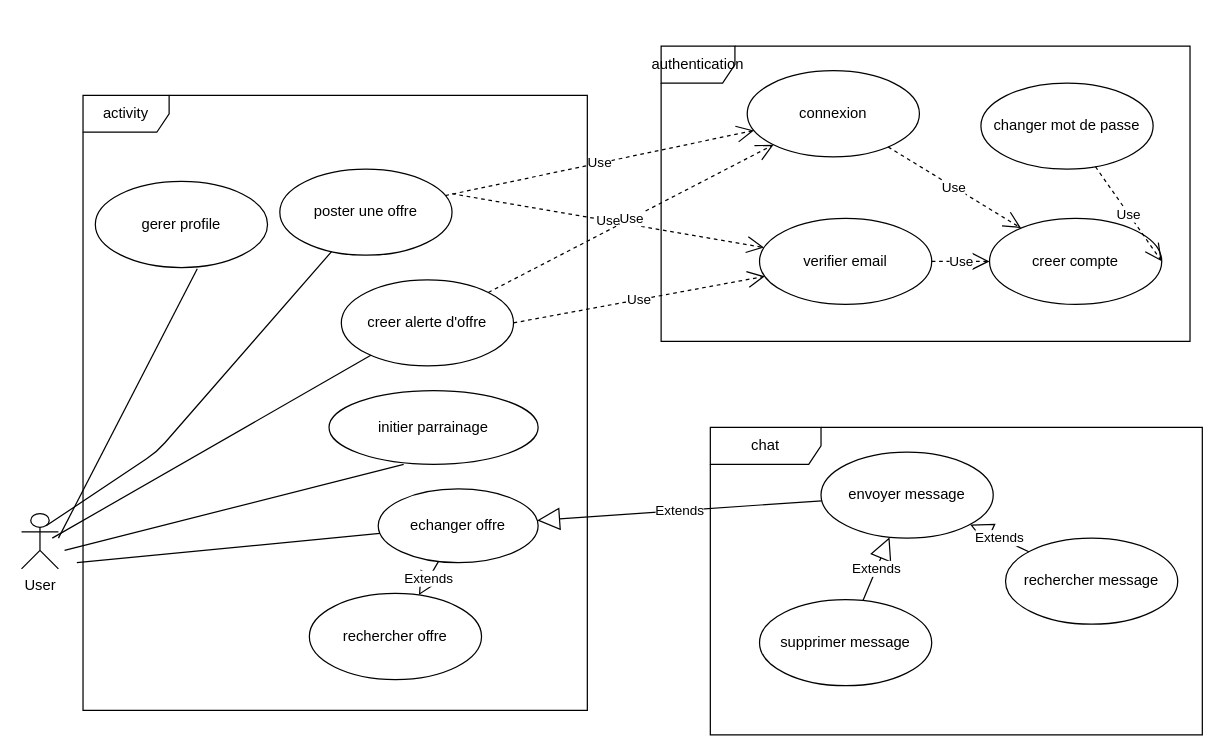
This is page "Page-1" (1 of 2) of diagrams/Untitled Diagram.drawio from divinjordan/project-gl, a draw.io file, before an edit. Source tidied: cells renumbered, new cells numbered last; positions are measured from the earlier drawing's top-left corner, leaving out a move shared by most shapes. Both pictures are drawn from the tidied source at 123%, with x=0, y=0 at pixel (21, 46).
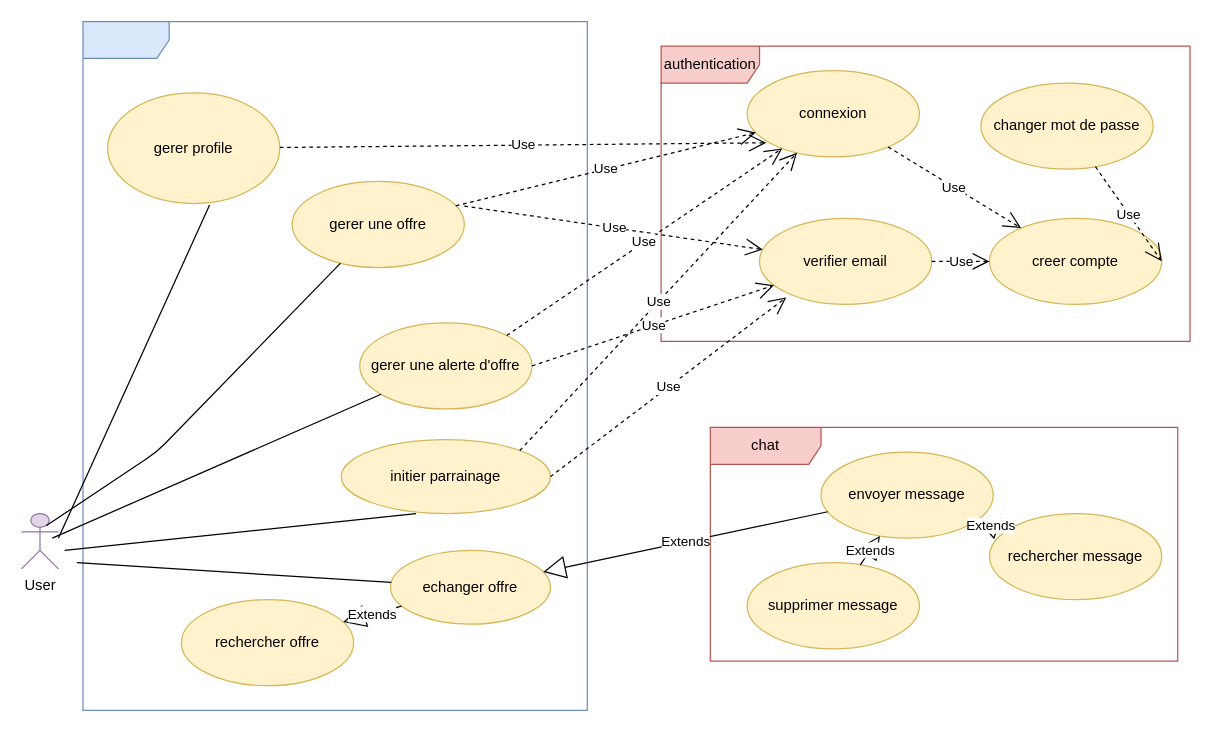
The same diagram, later.

The edit, as a diff of the source:
```diff
@@
-    <mxCell id="2" value="chat" style="shape=umlFrame;whiteSpace=wrap;html=1;width=90;height=30;" parent="1" vertex="1">
-      <mxGeometry x="560" y="310" width="400" height="250" as="geometry" />
+    <mxCell id="2" value="chat" style="shape=umlFrame;whiteSpace=wrap;html=1;width=90;height=30;fillColor=#f8cecc;strokeColor=#b85450;" parent="1" vertex="1">
+      <mxGeometry x="560" y="310" width="380" height="190" as="geometry" />
     </mxCell>
-    <mxCell id="3" value="authentication" style="shape=umlFrame;whiteSpace=wrap;html=1;" parent="1" vertex="1">
+    <mxCell id="3" value="authentication" style="shape=umlFrame;whiteSpace=wrap;html=1;width=80;height=30;fillColor=#f8cecc;strokeColor=#b85450;" parent="1" vertex="1">
       <mxGeometry x="520" width="430" height="240" as="geometry" />
     </mxCell>
-    <mxCell id="4" value="activity" style="shape=umlFrame;whiteSpace=wrap;html=1;width=70;height=30;" parent="1" vertex="1">
-      <mxGeometry x="50" y="40" width="410" height="500" as="geometry" />
+    <mxCell id="4" style="shape=umlFrame;whiteSpace=wrap;html=1;width=70;height=30;fillColor=#dae8fc;strokeColor=#6c8ebf;" parent="1" vertex="1">
+      <mxGeometry x="50" y="-20" width="410" height="560" as="geometry" />
     </mxCell>
-    <mxCell id="5" value="User" style="shape=umlActor;verticalLabelPosition=bottom;verticalAlign=top;html=1;" parent="1" vertex="1">
+    <mxCell id="5" value="User" style="shape=umlActor;verticalLabelPosition=bottom;verticalAlign=top;html=1;fillColor=#e1d5e7;strokeColor=#9673a6;" parent="1" vertex="1">
       <mxGeometry y="380" width="30" height="45" as="geometry" />
     </mxCell>
-    <mxCell id="6" value="poster une offre" style="ellipse;whiteSpace=wrap;html=1;" parent="1" vertex="1">
-      <mxGeometry x="210" y="100" width="140" height="70" as="geometry" />
+    <mxCell id="6" value="gerer une offre" style="ellipse;whiteSpace=wrap;html=1;fillColor=#fff2cc;strokeColor=#d6b656;" parent="1" vertex="1">
+      <mxGeometry x="220" y="110" width="140" height="70" as="geometry" />
     </mxCell>
-    <mxCell id="7" value="echanger offre" style="ellipse;whiteSpace=wrap;html=1;" parent="1" vertex="1">
-      <mxGeometry x="290" y="360" width="130" height="60" as="geometry" />
+    <mxCell id="7" value="echanger offre" style="ellipse;whiteSpace=wrap;html=1;fillColor=#fff2cc;strokeColor=#d6b656;" parent="1" vertex="1">
+      <mxGeometry x="300" y="410" width="130" height="60" as="geometry" />
     </mxCell>
-    <mxCell id="8" value="rechercher offre" style="ellipse;whiteSpace=wrap;html=1;" parent="1" vertex="1">
-      <mxGeometry x="234" y="445" width="140" height="70" as="geometry" />
+    <mxCell id="8" value="rechercher offre" style="ellipse;whiteSpace=wrap;html=1;fillColor=#fff2cc;strokeColor=#d6b656;" parent="1" vertex="1">
+      <mxGeometry x="130" y="450" width="140" height="70" as="geometry" />
     </mxCell>
@@
-    <mxCell id="10" value="envoyer message" style="ellipse;whiteSpace=wrap;html=1;" parent="1" vertex="1">
+    <mxCell id="10" value="envoyer message" style="ellipse;whiteSpace=wrap;html=1;fillColor=#fff2cc;strokeColor=#d6b656;" parent="1" vertex="1">
       <mxGeometry x="650" y="330" width="140" height="70" as="geometry" />
     </mxCell>
-    <mxCell id="11" value="supprimer message" style="ellipse;whiteSpace=wrap;html=1;" parent="1" vertex="1">
-      <mxGeometry x="600" y="450" width="140" height="70" as="geometry" />
+    <mxCell id="11" value="supprimer message" style="ellipse;whiteSpace=wrap;html=1;fillColor=#fff2cc;strokeColor=#d6b656;" parent="1" vertex="1">
+      <mxGeometry x="590" y="420" width="140" height="70" as="geometry" />
     </mxCell>
-    <mxCell id="12" value="rechercher message" style="ellipse;whiteSpace=wrap;html=1;" parent="1" vertex="1">
-      <mxGeometry x="800" y="400" width="140" height="70" as="geometry" />
+    <mxCell id="12" value="rechercher message" style="ellipse;whiteSpace=wrap;html=1;fillColor=#fff2cc;strokeColor=#d6b656;" parent="1" vertex="1">
+      <mxGeometry x="787" y="380" width="140" height="70" as="geometry" />
     </mxCell>
@@
-    <mxCell id="16" value="creer compte" style="ellipse;whiteSpace=wrap;html=1;" parent="1" vertex="1">
+    <mxCell id="16" value="creer compte" style="ellipse;whiteSpace=wrap;html=1;fillColor=#fff2cc;strokeColor=#d6b656;" parent="1" vertex="1">
       <mxGeometry x="787" y="140" width="140" height="70" as="geometry" />
     </mxCell>
-    <mxCell id="17" value="connexion" style="ellipse;whiteSpace=wrap;html=1;" parent="1" vertex="1">
+    <mxCell id="17" value="connexion" style="ellipse;whiteSpace=wrap;html=1;fillColor=#fff2cc;strokeColor=#d6b656;" parent="1" vertex="1">
       <mxGeometry x="590" y="20" width="140" height="70" as="geometry" />
     </mxCell>
-    <mxCell id="18" value="verifier email" style="ellipse;whiteSpace=wrap;html=1;" parent="1" vertex="1">
+    <mxCell id="18" value="verifier email" style="ellipse;whiteSpace=wrap;html=1;fillColor=#fff2cc;strokeColor=#d6b656;" parent="1" vertex="1">
       <mxGeometry x="600" y="140" width="140" height="70" as="geometry" />
     </mxCell>
-    <mxCell id="19" value="changer mot de passe" style="ellipse;whiteSpace=wrap;html=1;" parent="1" vertex="1">
+    <mxCell id="19" value="changer mot de passe" style="ellipse;whiteSpace=wrap;html=1;fillColor=#fff2cc;strokeColor=#d6b656;" parent="1" vertex="1">
       <mxGeometry x="780" y="30" width="140" height="70" as="geometry" />
     </mxCell>
@@
-    <mxCell id="25" value="creer alerte d'offre" style="ellipse;whiteSpace=wrap;html=1;" parent="1" vertex="1">
-      <mxGeometry x="260" y="190" width="140" height="70" as="geometry" />
+    <mxCell id="25" value="gerer une alerte d'offre" style="ellipse;whiteSpace=wrap;html=1;fillColor=#fff2cc;strokeColor=#d6b656;" parent="1" vertex="1">
+      <mxGeometry x="275" y="225" width="140" height="70" as="geometry" />
     </mxCell>
@@
-    <mxCell id="31" value="initier parrainage" style="ellipse;whiteSpace=wrap;html=1;" parent="1" vertex="1">
-      <mxGeometry x="250" y="280" width="170" height="60" as="geometry" />
+    <mxCell id="31" value="initier parrainage" style="ellipse;whiteSpace=wrap;html=1;fillColor=#fff2cc;strokeColor=#d6b656;" parent="1" vertex="1">
+      <mxGeometry x="260" y="320" width="170" height="60" as="geometry" />
     </mxCell>
@@
-    <mxCell id="33" value="gerer profile" style="ellipse;whiteSpace=wrap;html=1;" parent="1" vertex="1">
-      <mxGeometry x="60" y="110" width="140" height="70" as="geometry" />
+    <mxCell id="33" value="gerer profile" style="ellipse;whiteSpace=wrap;html=1;fillColor=#fff2cc;strokeColor=#d6b656;" parent="1" vertex="1">
+      <mxGeometry x="70" y="38" width="140" height="90" as="geometry" />
     </mxCell>
@@
+    <mxCell id="35" value="Use" style="endArrow=open;endSize=12;dashed=1;html=1;" parent="1" edge="1" source="33">
+      <mxGeometry relative="1" as="geometry">
+        <mxPoint x="605.5" y="78.6" as="targetPoint" />
+      </mxGeometry>
+    </mxCell>
+    <mxCell id="36" value="Use" style="endArrow=open;endSize=12;dashed=1;html=1;exitX=1;exitY=0.5;exitDx=0;exitDy=0;" parent="1" edge="1" source="31">
+      <mxGeometry relative="1" as="geometry">
+        <mxPoint x="621.7" y="204.3" as="targetPoint" />
+      </mxGeometry>
+    </mxCell>
+    <mxCell id="37" value="Use" style="endArrow=open;endSize=12;dashed=1;html=1;exitX=1;exitY=0;exitDx=0;exitDy=0;" parent="1" edge="1" source="31" target="17">
+      <mxGeometry relative="1" as="geometry" />
+    </mxCell>
```
